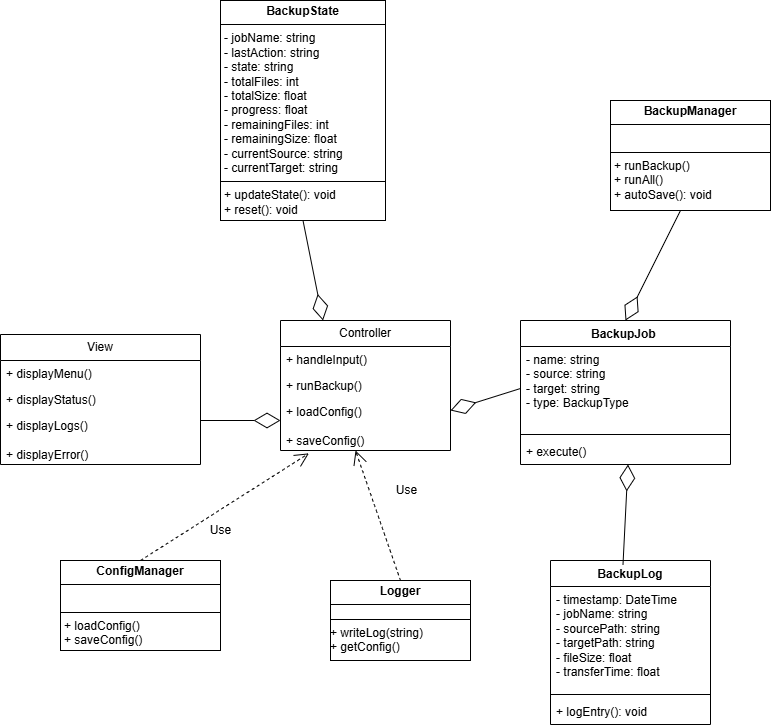
saadaouis/Projet_GL keeps this draw.io diagram as ressources/Diagramme sans nom.drawio.png. Above is the earlier version. Source tidied: cells renumbered, new cells last; positions are measured from the earlier drawing's top-left corner, leaving out a move shared by most shapes.
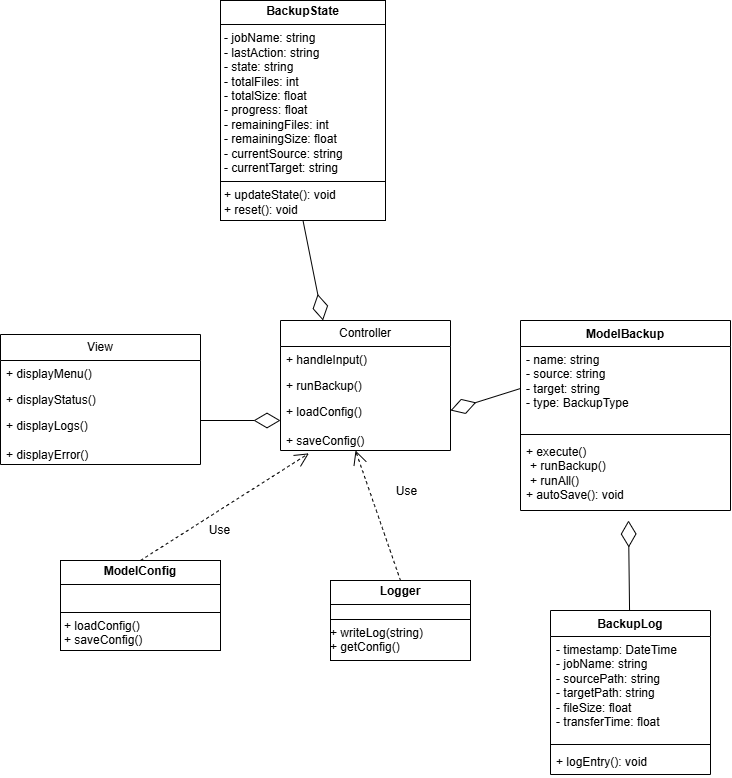
The same file after the commit.

Commit message:
Refactor class diagram to align with MVC architecture

Change to the diagram source:
```diff
@@ -1,4 +1,4 @@
-<mxGraphModel>
+<mxGraphModel background="light-dark(#ffffff, #949494)">
   <root>
     <mxCell id="0" />
     <mxCell id="1" parent="0" />
@@ -26,8 +26,8 @@
     <mxCell id="9" value="+ loadConfig()&lt;div&gt;&lt;br&gt;&lt;div&gt;+ saveConfig()&amp;nbsp;&amp;nbsp;&lt;/div&gt;&lt;div&gt;&amp;nbsp;&lt;div&gt;&lt;br&gt;&lt;/div&gt;&lt;div&gt;&amp;nbsp;&amp;nbsp;&amp;nbsp;&lt;/div&gt;&lt;/div&gt;&lt;/div&gt;" style="text;strokeColor=none;fillColor=none;align=left;verticalAlign=top;spacingLeft=4;spacingRight=4;overflow=hidden;points=[[0,0.5],[1,0.5]];portConstraint=eastwest;whiteSpace=wrap;html=1;" parent="6" vertex="1">
       <mxGeometry y="78" width="170" height="52" as="geometry" />
     </mxCell>
-    <mxCell id="10" value="BackupJob&amp;nbsp;" style="swimlane;fontStyle=1;align=center;verticalAlign=top;horizontal=1;startSize=26;whiteSpace=wrap;html=1;" parent="1" vertex="1">
-      <mxGeometry x="520" y="320" width="210" height="144" as="geometry" />
+    <mxCell id="10" value="ModelBackup" style="swimlane;fontStyle=1;align=center;verticalAlign=top;horizontal=1;startSize=26;whiteSpace=wrap;html=1;" parent="1" vertex="1">
+      <mxGeometry x="520" y="320" width="210" height="190" as="geometry" />
     </mxCell>
     <mxCell id="11" value="- name: string&amp;nbsp;&lt;div&gt;- source: string&lt;/div&gt;&lt;div&gt;- target: string&lt;/div&gt;&lt;div&gt;- type: BackupType&lt;/div&gt;&lt;div&gt;&amp;nbsp;&lt;/div&gt;&lt;div&gt;&amp;nbsp;&lt;div&gt;&lt;br&gt;&lt;/div&gt;&lt;/div&gt;" style="text;strokeColor=none;fillColor=none;align=left;verticalAlign=top;spacingLeft=4;spacingRight=4;overflow=hidden;points=[[0,0.5],[1,0.5]];portConstraint=eastwest;whiteSpace=wrap;html=1;" parent="10" vertex="1">
       <mxGeometry y="26" width="210" height="84" as="geometry" />
@@ -40,11 +40,11 @@
     <mxCell id="13" style="line;strokeWidth=1;fillColor=none;align=left;verticalAlign=middle;spacingTop=-1;spacingLeft=3;spacingRight=3;labelPosition=right;strokeColor=inherit;" parent="10" vertex="1">
       <mxGeometry y="110" width="210" height="8" as="geometry" />
     </mxCell>
-    <mxCell id="14" value="+ execute()&amp;nbsp; &amp;nbsp; &amp;nbsp; &amp;nbsp; &amp;nbsp; &amp;nbsp;" style="text;strokeColor=none;fillColor=none;align=left;verticalAlign=top;spacingLeft=4;spacingRight=4;overflow=hidden;whiteSpace=wrap;html=1;" parent="10" vertex="1">
-      <mxGeometry y="118" width="210" height="26" as="geometry" />
+    <mxCell id="14" value="+ execute()&amp;nbsp; &amp;nbsp; &amp;nbsp; &amp;nbsp;&lt;p style=&quot;margin: 0px 0px 0px 4px;&quot;&gt;+ runBackup()&amp;nbsp;&lt;/p&gt;&lt;p style=&quot;margin: 0px 0px 0px 4px;&quot;&gt;+ runAll()&amp;nbsp;&lt;/p&gt;&lt;div&gt;&lt;span style=&quot;background-color: transparent; color: light-dark(rgb(0, 0, 0), rgb(255, 255, 255));&quot;&gt;+ autoSave(): void&amp;nbsp;&lt;/span&gt;&amp;nbsp;&amp;nbsp; &amp;nbsp;&lt;/div&gt;" style="text;strokeColor=none;fillColor=none;align=left;verticalAlign=top;spacingLeft=4;spacingRight=4;overflow=hidden;whiteSpace=wrap;html=1;" parent="10" vertex="1">
+      <mxGeometry y="118" width="210" height="72" as="geometry" />
     </mxCell>
     <mxCell id="15" value="BackupLog" style="swimlane;fontStyle=1;align=center;verticalAlign=top;horizontal=1;startSize=26;whiteSpace=wrap;html=1;" parent="1" vertex="1">
-      <mxGeometry x="550" y="560" width="160" height="164" as="geometry" />
+      <mxGeometry x="550" y="610" width="160" height="164" as="geometry" />
     </mxCell>
     <mxCell id="16" value="- timestamp: DateTime&lt;br&gt;- jobName: string&lt;br&gt;- sourcePath: string&lt;div&gt;- targetPath: string&lt;/div&gt;&lt;div&gt;- fileSize: float&lt;/div&gt;&lt;div&gt;- transferTime: float&lt;/div&gt;" style="text;strokeColor=none;fillColor=none;align=left;verticalAlign=top;spacingLeft=4;spacingRight=4;overflow=hidden;whiteSpace=wrap;html=1;" parent="15" vertex="1">
       <mxGeometry y="26" width="160" height="104" as="geometry" />
@@ -58,32 +58,23 @@
     <mxCell id="19" value="&lt;p style=&quot;margin:0px;margin-top:4px;text-align:center;&quot;&gt;&lt;b&gt;BackupState&lt;/b&gt;&lt;/p&gt;&lt;hr size=&quot;1&quot; style=&quot;border-style:solid;&quot;&gt;&lt;p style=&quot;margin:0px;margin-left:4px;&quot;&gt;- jobName: string&amp;nbsp;&amp;nbsp;&lt;/p&gt;&lt;p style=&quot;margin:0px;margin-left:4px;&quot;&gt;- lastAction: string&amp;nbsp;&amp;nbsp;&lt;/p&gt;&lt;p style=&quot;margin:0px;margin-left:4px;&quot;&gt;- state: string&amp;nbsp;&amp;nbsp;&lt;/p&gt;&lt;p style=&quot;margin:0px;margin-left:4px;&quot;&gt;- totalFiles: int&amp;nbsp;&amp;nbsp;&lt;/p&gt;&lt;p style=&quot;margin:0px;margin-left:4px;&quot;&gt;- totalSize: float&amp;nbsp;&amp;nbsp;&lt;/p&gt;&lt;p style=&quot;margin:0px;margin-left:4px;&quot;&gt;- progress: float&amp;nbsp;&amp;nbsp;&lt;/p&gt;&lt;p style=&quot;margin:0px;margin-left:4px;&quot;&gt;- remainingFiles: int&amp;nbsp;&amp;nbsp;&lt;/p&gt;&lt;p style=&quot;margin:0px;margin-left:4px;&quot;&gt;- remainingSize: float&amp;nbsp;&amp;nbsp;&lt;/p&gt;&lt;p style=&quot;margin:0px;margin-left:4px;&quot;&gt;- currentSource: string&amp;nbsp;&amp;nbsp;&lt;/p&gt;&lt;p style=&quot;margin:0px;margin-left:4px;&quot;&gt;- currentTarget: string&amp;nbsp;&amp;nbsp;&lt;/p&gt;&lt;hr size=&quot;1&quot; style=&quot;border-style:solid;&quot;&gt;&lt;p style=&quot;margin:0px;margin-left:4px;&quot;&gt;+ updateState(): void&amp;nbsp;&amp;nbsp;&lt;/p&gt;&lt;p style=&quot;margin:0px;margin-left:4px;&quot;&gt;+ reset(): void&amp;nbsp;&amp;nbsp;&lt;/p&gt;" style="verticalAlign=top;align=left;overflow=fill;html=1;whiteSpace=wrap;" parent="1" vertex="1">
       <mxGeometry x="220" width="165" height="220" as="geometry" />
     </mxCell>
-    <mxCell id="20" value="&lt;p style=&quot;margin:0px;margin-top:4px;text-align:center;&quot;&gt;&lt;b&gt;ConfigManager&lt;/b&gt;&lt;/p&gt;&lt;hr size=&quot;1&quot; style=&quot;border-style:solid;&quot;&gt;&lt;p style=&quot;margin:0px;margin-left:4px;&quot;&gt;&lt;br&gt;&lt;/p&gt;&lt;hr size=&quot;1&quot; style=&quot;border-style:solid;&quot;&gt;&lt;p style=&quot;margin:0px;margin-left:4px;&quot;&gt;+ loadConfig()&lt;/p&gt;&lt;p style=&quot;margin:0px;margin-left:4px;&quot;&gt;+ saveConfig()&lt;br&gt;&lt;br&gt;&lt;/p&gt;" style="verticalAlign=top;align=left;overflow=fill;html=1;whiteSpace=wrap;" parent="1" vertex="1">
+    <mxCell id="20" value="&lt;p style=&quot;margin:0px;margin-top:4px;text-align:center;&quot;&gt;&lt;b&gt;ModelConfig&lt;/b&gt;&lt;/p&gt;&lt;hr size=&quot;1&quot; style=&quot;border-style:solid;&quot;&gt;&lt;p style=&quot;margin:0px;margin-left:4px;&quot;&gt;&lt;br&gt;&lt;/p&gt;&lt;hr size=&quot;1&quot; style=&quot;border-style:solid;&quot;&gt;&lt;p style=&quot;margin:0px;margin-left:4px;&quot;&gt;+ loadConfig()&lt;/p&gt;&lt;p style=&quot;margin:0px;margin-left:4px;&quot;&gt;+ saveConfig()&lt;br&gt;&lt;br&gt;&lt;/p&gt;" style="verticalAlign=top;align=left;overflow=fill;html=1;whiteSpace=wrap;" parent="1" vertex="1">
       <mxGeometry x="60" y="560" width="160" height="90" as="geometry" />
     </mxCell>
     <mxCell id="21" value="&lt;p style=&quot;margin:0px;margin-top:4px;text-align:center;&quot;&gt;&lt;b&gt;Logger&lt;/b&gt;&lt;/p&gt;&lt;hr size=&quot;1&quot; style=&quot;border-style:solid;&quot;&gt;&lt;div style=&quot;height:2px;&quot;&gt;&lt;/div&gt;&lt;hr size=&quot;1&quot; style=&quot;border-style:solid;&quot;&gt;&lt;div style=&quot;height:2px;&quot;&gt;+ writeLog(string)&lt;/div&gt;&lt;div style=&quot;height:2px;&quot;&gt;&lt;br&gt;&lt;/div&gt;&lt;div style=&quot;height:2px;&quot;&gt;&lt;br&gt;&lt;/div&gt;&lt;div style=&quot;height:2px;&quot;&gt;&lt;br&gt;&lt;/div&gt;&lt;div style=&quot;height:2px;&quot;&gt;&lt;br&gt;&lt;/div&gt;&lt;div style=&quot;height:2px;&quot;&gt;&amp;nbsp;&amp;nbsp;&lt;/div&gt;&lt;div style=&quot;height:2px;&quot;&gt;&lt;br&gt;&lt;/div&gt;&lt;div style=&quot;height:2px;&quot;&gt;+ getConfig()&lt;/div&gt;&lt;div style=&quot;height:2px;&quot;&gt;&lt;br&gt;&lt;/div&gt;&lt;div style=&quot;height:2px;&quot;&gt;&lt;br&gt;&lt;/div&gt;" style="verticalAlign=top;align=left;overflow=fill;html=1;whiteSpace=wrap;" parent="1" vertex="1">
       <mxGeometry x="330" y="580" width="140" height="80" as="geometry" />
     </mxCell>
-    <mxCell id="22" value="&lt;p style=&quot;margin:0px;margin-top:4px;text-align:center;&quot;&gt;&lt;b&gt;&amp;nbsp;BackupManager&amp;nbsp;&lt;/b&gt;&lt;/p&gt;&lt;hr size=&quot;1&quot; style=&quot;border-style:solid;&quot;&gt;&lt;p style=&quot;margin:0px;margin-left:4px;&quot;&gt;&lt;br&gt;&lt;/p&gt;&lt;hr size=&quot;1&quot; style=&quot;border-style:solid;&quot;&gt;&lt;p style=&quot;margin:0px;margin-left:4px;&quot;&gt;+ runBackup()&amp;nbsp;&lt;/p&gt;&lt;p style=&quot;margin:0px;margin-left:4px;&quot;&gt;+ runAll()&amp;nbsp;&lt;/p&gt;&lt;p style=&quot;margin:0px;margin-left:4px;&quot;&gt;+ autoSave(): void&amp;nbsp;&lt;/p&gt;" style="verticalAlign=top;align=left;overflow=fill;html=1;whiteSpace=wrap;" parent="1" vertex="1">
-      <mxGeometry x="610" y="100" width="160" height="110" as="geometry" />
-    </mxCell>
     <mxCell id="23" style="endArrow=diamondThin;endFill=0;endSize=24;html=1;rounded=0;fontSize=12;curved=1;" parent="1" edge="1">
       <mxGeometry relative="1" as="geometry">
         <mxPoint x="200" y="420" as="sourcePoint" />
         <mxPoint x="280" y="420" as="targetPoint" />
       </mxGeometry>
     </mxCell>
-    <mxCell id="24" style="endArrow=diamondThin;endFill=0;endSize=24;html=1;rounded=0;fontSize=12;curved=1;" parent="1" edge="1">
+    <mxCell id="24" style="endArrow=diamondThin;endFill=0;endSize=24;html=1;rounded=0;fontSize=12;curved=1;" parent="1" edge="1" source="15">
       <mxGeometry relative="1" as="geometry">
-        <mxPoint x="622.5" y="564" as="sourcePoint" />
-        <mxPoint x="627.5" y="464" as="targetPoint" />
+        <mxPoint x="628" y="520" as="targetPoint" />
       </mxGeometry>
     </mxCell>
-    <mxCell id="25" style="endArrow=diamondThin;endFill=0;endSize=24;html=1;rounded=0;fontSize=12;curved=1;entryX=0.5;entryY=0;entryDx=0;entryDy=0;" parent="1" edge="1" target="10">
-      <mxGeometry relative="1" as="geometry">
-        <mxPoint x="680" y="210" as="sourcePoint" />
-      </mxGeometry>
-    </mxCell>
     <mxCell id="26" value="Use" style="endArrow=open;endSize=12;dashed=1;html=1;rounded=0;fontSize=12;curved=1;exitX=0.5;exitY=0;exitDx=0;exitDy=0;" parent="1" edge="1" source="21">
       <mxGeometry x="0.19" y="-35" relative="1" as="geometry">
         <mxPoint x="355" y="450" as="targetPoint" />
```
